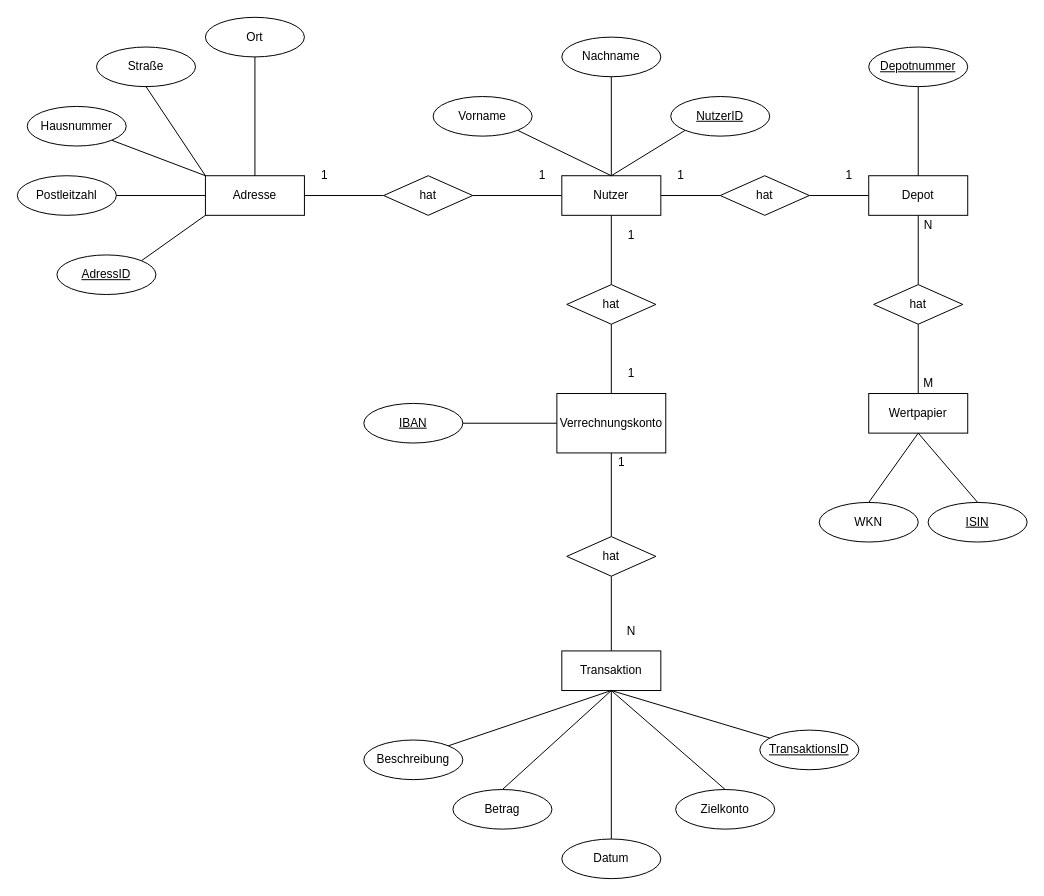
Earlier version of the draw.io diagram page "Seite-2" (2 of 2) of ERM-Diagramm.drawio (Stonks2Moon/Privatkundenbroker). Source tidied: cells renumbered, new cells numbered last; positions are measured from the earlier drawing's top-left corner, leaving out a move shared by most shapes. Both pictures are drawn from the tidied source at 99%, with x=0, y=0 at pixel (17, 17).
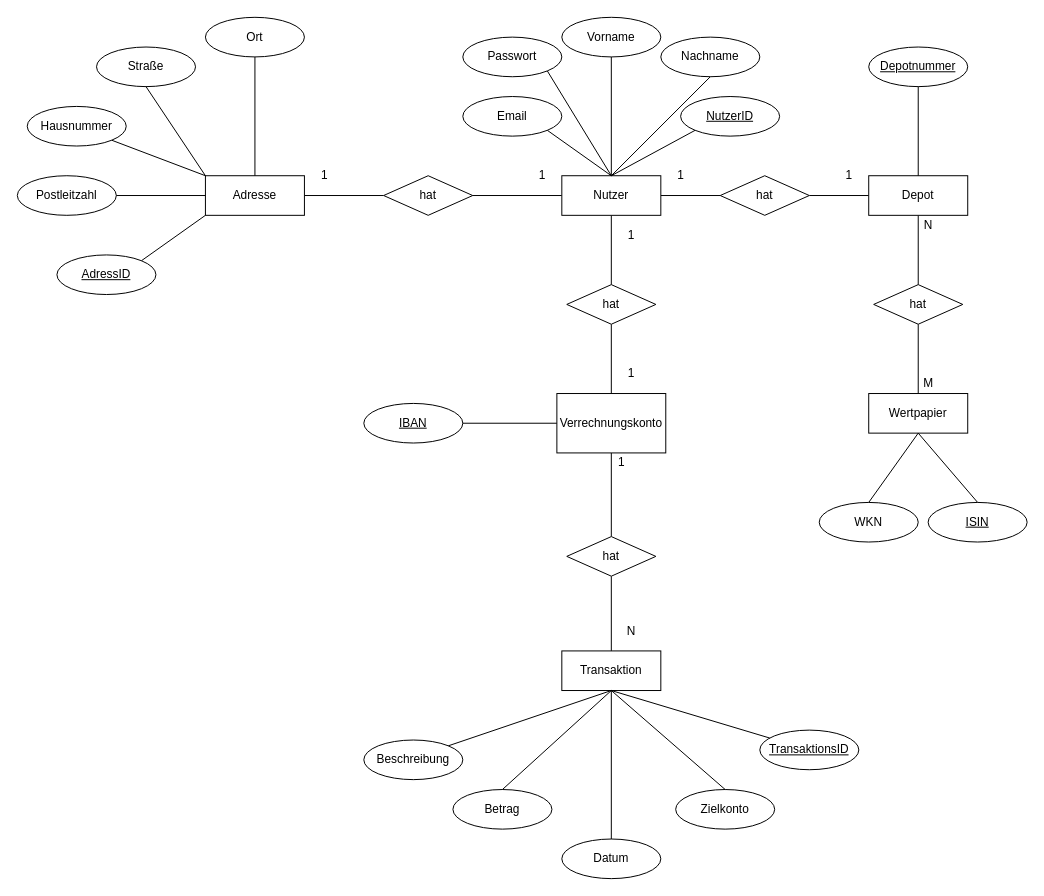
Above is the later version.

The change refers to these unchanged cells:
```xml
<mxCell id="5" value="Nutzer" style="whiteSpace=wrap;html=1;align=center;" parent="1" vertex="1">
  <mxGeometry x="550" y="160" width="100" height="40" as="geometry" />
</mxCell>
```

The edit, as a diff of the source:
```diff
@@
     <mxCell id="6" value="Nachname" style="ellipse;whiteSpace=wrap;html=1;align=center;" parent="1" vertex="1">
-      <mxGeometry x="550" y="20" width="100" height="40" as="geometry" />
+      <mxGeometry x="650" y="20" width="100" height="40" as="geometry" />
     </mxCell>
     <mxCell id="7" value="Vorname" style="ellipse;whiteSpace=wrap;html=1;align=center;" parent="1" vertex="1">
-      <mxGeometry x="420" y="80" width="100" height="40" as="geometry" />
+      <mxGeometry x="550" width="100" height="40" as="geometry" />
     </mxCell>
@@
     <mxCell id="45" value="NutzerID" style="ellipse;whiteSpace=wrap;html=1;align=center;fontStyle=4;" parent="1" vertex="1">
-      <mxGeometry x="660" y="80" width="100" height="40" as="geometry" />
+      <mxGeometry x="670" y="80" width="100" height="40" as="geometry" />
     </mxCell>
@@
-    <mxCell id="57" style="endArrow=none;html=1;entryX=1;entryY=1;entryDx=0;entryDy=0;exitX=0.5;exitY=0;exitDx=0;exitDy=0;" parent="1" edge="1" source="5" target="7">
+    <mxCell id="57" style="endArrow=none;html=1;entryX=0.5;entryY=1;entryDx=0;entryDy=0;exitX=0.5;exitY=0;exitDx=0;exitDy=0;" parent="1" edge="1" source="5" target="7">
       <mxGeometry relative="1" as="geometry" />
     </mxCell>
@@
+    <mxCell id="67" value="Passwort" style="ellipse;whiteSpace=wrap;html=1;align=center;" parent="1" vertex="1">
+      <mxGeometry x="450" y="20" width="100" height="40" as="geometry" />
+    </mxCell>
+    <mxCell id="68" value="Email" style="ellipse;whiteSpace=wrap;html=1;align=center;" parent="1" vertex="1">
+      <mxGeometry x="450" y="80" width="100" height="40" as="geometry" />
+    </mxCell>
+    <mxCell id="69" style="endArrow=none;html=1;entryX=1;entryY=1;entryDx=0;entryDy=0;exitX=0.5;exitY=0;exitDx=0;exitDy=0;" parent="1" edge="1" source="5" target="67">
+      <mxGeometry relative="1" as="geometry" />
+    </mxCell>
+    <mxCell id="70" style="endArrow=none;html=1;entryX=1;entryY=1;entryDx=0;entryDy=0;exitX=0.5;exitY=0;exitDx=0;exitDy=0;" parent="1" edge="1" source="5" target="68">
+      <mxGeometry relative="1" as="geometry" />
+    </mxCell>
```
